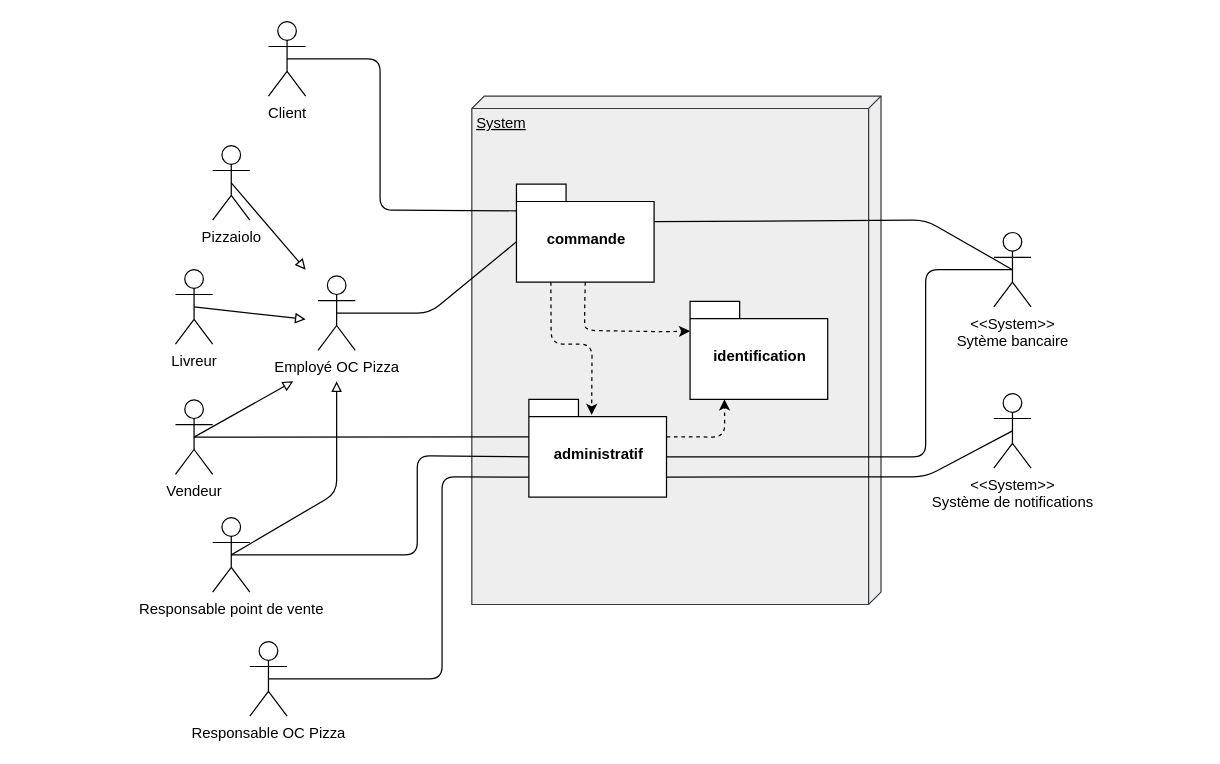
Earlier version of the draw.io diagram Diagramme de package.drawio (vinsbld/OCP). Source tidied: cells renumbered, new cells numbered last; positions are measured from the earlier drawing's top-left corner, leaving out a move shared by most shapes. Both pictures are drawn from the tidied source at 124%, with x=0, y=0 at pixel (175, 21).
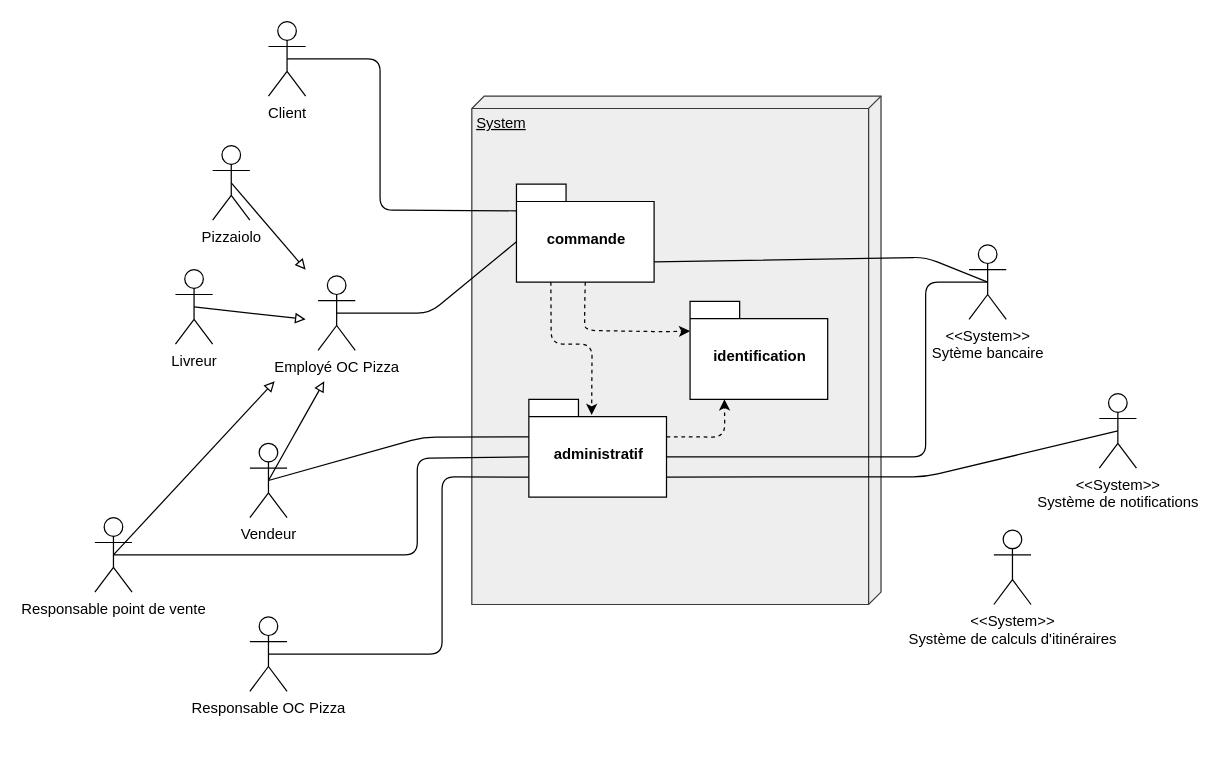
The same page after the edit.

Unchanged cells that the change refers to:
```xml
<mxCell id="11" value="commande" style="shape=folder;fontStyle=1;spacingTop=10;tabWidth=40;tabHeight=14;tabPosition=left;html=1;" parent="1" vertex="1">
  <mxGeometry x="275" y="131" width="111" height="79" as="geometry" />
</mxCell>
<mxCell id="15" value="administratif" style="shape=folder;fontStyle=1;spacingTop=10;tabWidth=40;tabHeight=14;tabPosition=left;html=1;" parent="1" vertex="1">
  <mxGeometry x="285" y="304.5" width="111" height="79" as="geometry" />
</mxCell>
```

What changed in the source:
```diff
@@
     <mxCell id="3" value="Responsable point de vente" style="shape=umlActor;verticalLabelPosition=bottom;labelBackgroundColor=#ffffff;verticalAlign=top;html=1;outlineConnect=0;" parent="1" vertex="1">
-      <mxGeometry x="30" y="400" width="30" height="60" as="geometry" />
+      <mxGeometry x="-65" y="400" width="30" height="60" as="geometry" />
     </mxCell>
     <mxCell id="4" value="Responsable OC Pizza" style="shape=umlActor;verticalLabelPosition=bottom;labelBackgroundColor=#ffffff;verticalAlign=top;html=1;outlineConnect=0;" parent="1" vertex="1">
-      <mxGeometry x="60" y="500" width="30" height="60" as="geometry" />
+      <mxGeometry x="60" y="480" width="30" height="60" as="geometry" />
     </mxCell>
@@
     <mxCell id="7" value="Vendeur" style="shape=umlActor;verticalLabelPosition=bottom;labelBackgroundColor=#ffffff;verticalAlign=top;html=1;outlineConnect=0;" parent="1" vertex="1">
-      <mxGeometry y="305" width="30" height="60" as="geometry" />
+      <mxGeometry x="60" y="340" width="30" height="60" as="geometry" />
     </mxCell>
     <mxCell id="8" value="&lt;div&gt;&amp;lt;&amp;lt;System&amp;gt;&amp;gt;&lt;/div&gt;&lt;div&gt;Sytème bancaire&lt;br&gt;&lt;/div&gt;" style="shape=umlActor;verticalLabelPosition=bottom;labelBackgroundColor=#ffffff;verticalAlign=top;html=1;outlineConnect=0;" parent="1" vertex="1">
-      <mxGeometry x="660" y="170" width="30" height="60" as="geometry" />
+      <mxGeometry x="640" y="180" width="30" height="60" as="geometry" />
     </mxCell>
     <mxCell id="9" value="&lt;div&gt;&amp;lt;&amp;lt;System&amp;gt;&amp;gt;&lt;/div&gt;&lt;div&gt;Système de notifications&lt;br&gt;&lt;/div&gt;" style="shape=umlActor;verticalLabelPosition=bottom;labelBackgroundColor=#ffffff;verticalAlign=top;html=1;outlineConnect=0;" parent="1" vertex="1">
-      <mxGeometry x="660" y="300" width="30" height="60" as="geometry" />
+      <mxGeometry x="745" y="300" width="30" height="60" as="geometry" />
     </mxCell>
@@
     <mxCell id="13" style="endArrow=none;html=1;entryX=0;entryY=0;entryDx=0;entryDy=46.5;entryPerimeter=0;exitX=0.5;exitY=0.5;exitDx=0;exitDy=0;exitPerimeter=0;" parent="1" edge="1" source="3" target="15">
       <mxGeometry relative="1" as="geometry">
         <Array as="points">
           <mxPoint x="195" y="430" />
-          <mxPoint x="195" y="350" />
+          <mxPoint x="195" y="352" />
         </Array>
       </mxGeometry>
     </mxCell>
     <mxCell id="14" style="endArrow=none;html=1;entryX=0;entryY=0;entryDx=0;entryDy=62.75;entryPerimeter=0;exitX=0.5;exitY=0.5;exitDx=0;exitDy=0;exitPerimeter=0;" parent="1" edge="1" source="4" target="15">
       <mxGeometry relative="1" as="geometry">
         <Array as="points">
-          <mxPoint x="215" y="530" />
+          <mxPoint x="215" y="510" />
           <mxPoint x="215" y="367" />
         </Array>
       </mxGeometry>
     </mxCell>
@@
-    <mxCell id="17" style="endArrow=none;html=1;exitX=0.5;exitY=0.5;exitDx=0;exitDy=0;exitPerimeter=0;entryX=0;entryY=0;entryDx=111;entryDy=30.25;entryPerimeter=0;" parent="1" edge="1" source="8" target="11">
+    <mxCell id="17" style="endArrow=none;html=1;exitX=0.5;exitY=0.5;exitDx=0;exitDy=0;exitPerimeter=0;entryX=0;entryY=0;entryDx=111;entryDy=62.749999999999986;entryPerimeter=0;" parent="1" edge="1" source="8" target="11">
       <mxGeometry relative="1" as="geometry">
         <Array as="points">
-          <mxPoint x="605" y="160" />
+          <mxPoint x="605" y="190" />
         </Array>
       </mxGeometry>
     </mxCell>
-    <mxCell id="18" style="endArrow=none;html=1;entryX=0;entryY=0;entryDx=111;entryDy=46.5;entryPerimeter=0;strokeWidth=1;" parent="1" edge="1" target="15">
+    <mxCell id="18" style="endArrow=none;html=1;entryX=0;entryY=0;entryDx=111;entryDy=46.5;entryPerimeter=0;strokeWidth=1;exitX=0.5;exitY=0.5;exitDx=0;exitDy=0;exitPerimeter=0;" parent="1" edge="1" source="8" target="15">
       <mxGeometry relative="1" as="geometry">
-        <mxPoint x="675" y="200" as="sourcePoint" />
         <Array as="points">
-          <mxPoint x="605" y="200" />
+          <mxPoint x="605" y="210" />
           <mxPoint x="605" y="351" />
         </Array>
       </mxGeometry>
     </mxCell>
@@
     <mxCell id="25" style="endArrow=block;html=1;strokeColor=#000000;strokeWidth=1;exitX=0.5;exitY=0.5;exitDx=0;exitDy=0;exitPerimeter=0;endFill=0;" parent="1" edge="1" source="3">
       <mxGeometry relative="1" as="geometry">
-        <mxPoint x="130" y="290" as="targetPoint" />
-        <Array as="points">
-          <mxPoint x="130" y="380" />
-        </Array>
+        <mxPoint x="80" y="290" as="targetPoint" />
       </mxGeometry>
     </mxCell>
     <mxCell id="26" style="endArrow=block;html=1;strokeColor=#000000;strokeWidth=1;exitX=0.5;exitY=0.5;exitDx=0;exitDy=0;exitPerimeter=0;endFill=0;" parent="1" edge="1" source="7">
       <mxGeometry relative="1" as="geometry">
-        <mxPoint x="95" y="290" as="targetPoint" />
+        <mxPoint x="120" y="290" as="targetPoint" />
       </mxGeometry>
     </mxCell>
@@
     <mxCell id="29" style="endArrow=none;html=1;strokeColor=#000000;strokeWidth=1;entryX=0;entryY=0;entryDx=0;entryDy=30.25;entryPerimeter=0;exitX=0.5;exitY=0.5;exitDx=0;exitDy=0;exitPerimeter=0;" parent="1" edge="1" source="7" target="15">
-      <mxGeometry relative="1" as="geometry" />
+      <mxGeometry relative="1" as="geometry">
+        <Array as="points">
+          <mxPoint x="200" y="335" />
+        </Array>
+      </mxGeometry>
     </mxCell>
+    <mxCell id="30" value="&lt;div&gt;&amp;lt;&amp;lt;System&amp;gt;&amp;gt;&lt;/div&gt;&lt;div&gt;Système de calculs d'itinéraires&lt;br&gt;&lt;/div&gt;" style="shape=umlActor;verticalLabelPosition=bottom;labelBackgroundColor=#ffffff;verticalAlign=top;html=1;" parent="1" vertex="1">
+      <mxGeometry x="660" y="410" width="30" height="60" as="geometry" />
+    </mxCell>
```
